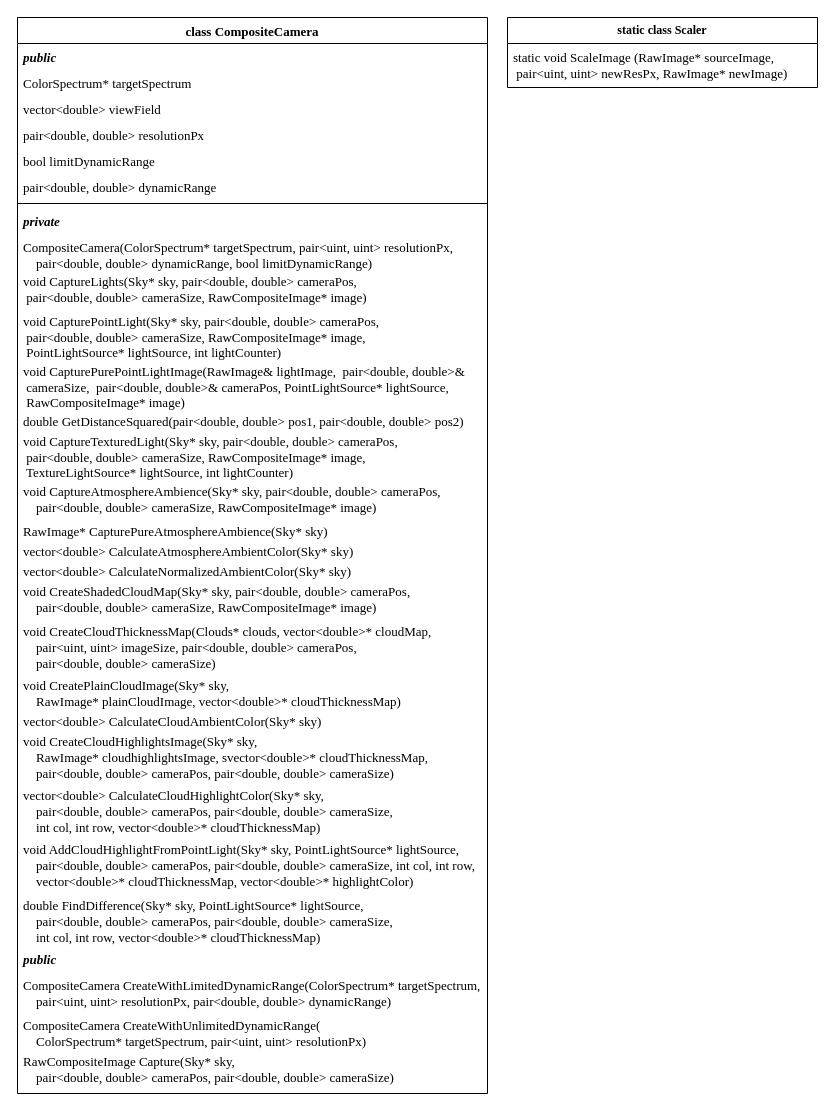
Above: page "CompositeCamera" (5 of 9) of Docs/Class diagrams.drawio in SpatiumOwl/ComplexSky-2.0 (draw.io), before the change. Source tidied: cells renumbered, new cells numbered last; positions are measured from the earlier drawing's top-left corner, leaving out a move shared by most shapes. Both pictures are drawn from the tidied source at 100%, with x=0, y=0 at pixel (17, 17).
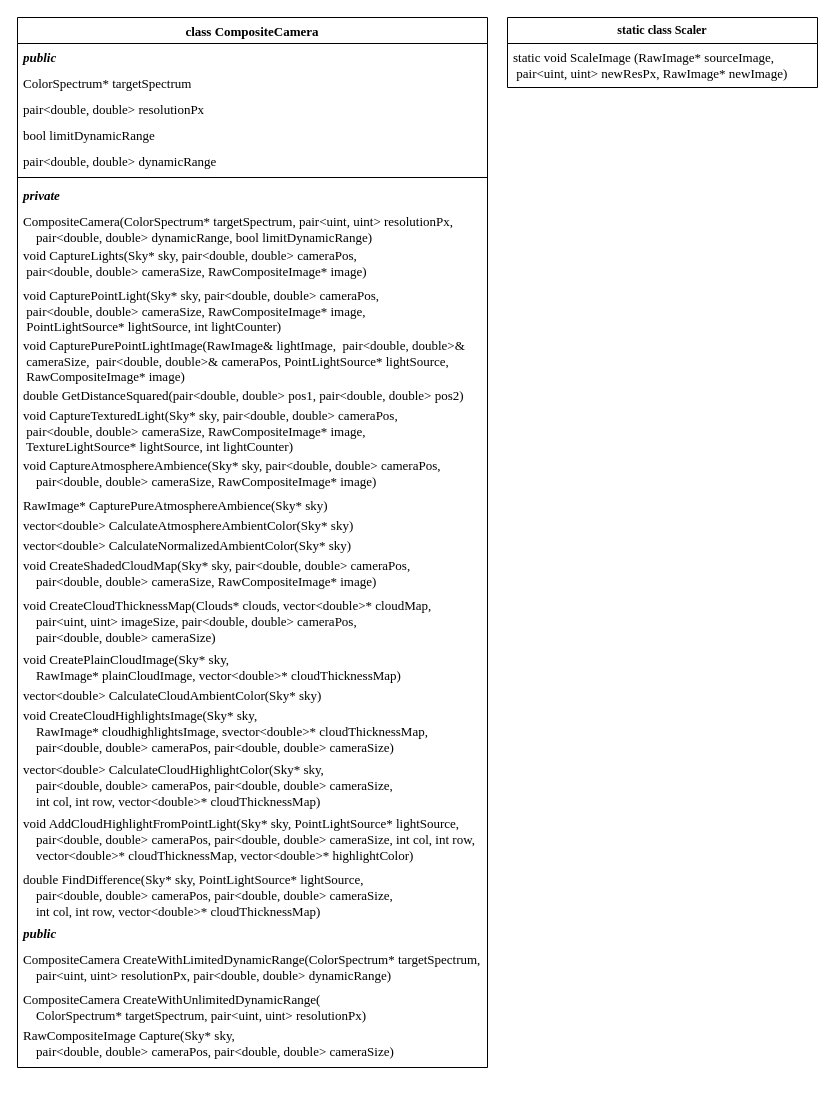
After the change.

Diff of the diagram source:
```diff
@@
     <mxCell id="2" value="class CompositeCamera" style="swimlane;fontStyle=1;align=center;verticalAlign=top;horizontal=1;startSize=26;fontFamily=Times New Roman;fontSize=13;" parent="1" vertex="1">
-      <mxGeometry width="470" height="1076" as="geometry" />
+      <mxGeometry width="470" height="1050" as="geometry" />
     </mxCell>
@@
-    <mxCell id="5" value="vector&amp;lt;double&amp;gt; viewField" style="text;strokeColor=none;fillColor=none;align=left;verticalAlign=top;spacingLeft=4;spacingRight=4;overflow=hidden;whiteSpace=wrap;html=1;fontFamily=Times New Roman;fontSize=13;" parent="2" vertex="1">
-      <mxGeometry y="78" width="470" height="26" as="geometry" />
-    </mxCell>
     <mxCell id="6" value="&lt;font face=&quot;Times New Roman&quot; style=&quot;font-size: 13px;&quot;&gt;pair&amp;lt;double, double&amp;gt;&amp;nbsp;resolutionPx&lt;/font&gt;" style="text;strokeColor=none;fillColor=none;align=left;verticalAlign=top;spacingLeft=4;spacingRight=4;overflow=hidden;whiteSpace=wrap;html=1;fontSize=13;" parent="2" vertex="1">
-      <mxGeometry y="104" width="470" height="26" as="geometry" />
+      <mxGeometry y="78" width="470" height="26" as="geometry" />
     </mxCell>
     <mxCell id="7" value="bool limitDynamicRange" style="text;strokeColor=none;fillColor=none;align=left;verticalAlign=top;spacingLeft=4;spacingRight=4;overflow=hidden;whiteSpace=wrap;html=1;fontFamily=Times New Roman;fontSize=13;" parent="2" vertex="1">
-      <mxGeometry y="130" width="470" height="26" as="geometry" />
+      <mxGeometry y="104" width="470" height="26" as="geometry" />
     </mxCell>
     <mxCell id="8" value="pair&amp;lt;double, double&amp;gt;&amp;nbsp;dynamicRange" style="text;strokeColor=none;fillColor=none;align=left;verticalAlign=top;spacingLeft=4;spacingRight=4;overflow=hidden;whiteSpace=wrap;html=1;fontFamily=Times New Roman;fontSize=13;" parent="2" vertex="1">
-      <mxGeometry y="156" width="470" height="26" as="geometry" />
+      <mxGeometry y="130" width="470" height="26" as="geometry" />
     </mxCell>
     <mxCell id="9" style="line;strokeWidth=1;fillColor=none;align=left;verticalAlign=middle;spacingTop=-1;spacingLeft=3;spacingRight=3;labelPosition=right;fontFamily=Times New Roman;fontSize=13;" parent="2" vertex="1">
-      <mxGeometry y="182" width="470" height="8" as="geometry" />
+      <mxGeometry y="156" width="470" height="8" as="geometry" />
     </mxCell>
     <mxCell id="10" value="private" style="text;strokeColor=none;fillColor=none;align=left;verticalAlign=top;spacingLeft=4;spacingRight=4;overflow=hidden;fontStyle=3;fontFamily=Times New Roman;fontSize=13;" parent="2" vertex="1">
-      <mxGeometry y="190" width="470" height="26" as="geometry" />
+      <mxGeometry y="164" width="470" height="26" as="geometry" />
     </mxCell>
     <mxCell id="11" value="CompositeCamera(ColorSpectrum* targetSpectrum, pair&lt;uint, uint&gt; resolutionPx, &#10;    pair&lt;double, double&gt; dynamicRange, bool limitDynamicRange)" style="text;strokeColor=none;fillColor=none;align=left;verticalAlign=top;spacingLeft=4;spacingRight=4;overflow=hidden;fontFamily=Times New Roman;fontSize=13;" parent="2" vertex="1">
-      <mxGeometry y="216" width="470" height="34" as="geometry" />
+      <mxGeometry y="190" width="470" height="34" as="geometry" />
     </mxCell>
     <mxCell id="12" value="&lt;div&gt;void CaptureLights(Sky* sky, pair&amp;lt;double, double&amp;gt; cameraPos,&lt;/div&gt;&lt;div&gt;&lt;span style=&quot;white-space: pre;&quot;&gt; &lt;/span&gt;pair&amp;lt;double, double&amp;gt; cameraSize, RawCompositeImage* image)&lt;/div&gt;" style="text;strokeColor=none;fillColor=none;align=left;verticalAlign=top;spacingLeft=4;spacingRight=4;overflow=hidden;whiteSpace=wrap;html=1;fontFamily=Times New Roman;fontSize=13;" parent="2" vertex="1">
-      <mxGeometry y="250" width="470" height="40" as="geometry" />
+      <mxGeometry y="224" width="470" height="40" as="geometry" />
     </mxCell>
     <mxCell id="13" value="&lt;div&gt;void CapturePointLight(Sky* sky, pair&amp;lt;double, double&amp;gt; cameraPos,&lt;/div&gt;&lt;div&gt;&lt;span style=&quot;white-space: pre;&quot;&gt; &lt;/span&gt;pair&amp;lt;double, double&amp;gt; cameraSize, RawCompositeImage* image,&amp;nbsp;&lt;/div&gt;&lt;div&gt;&lt;span style=&quot;white-space: pre;&quot;&gt; &lt;/span&gt;PointLightSource* lightSource, int lightCounter)&lt;/div&gt;" style="text;strokeColor=none;fillColor=none;align=left;verticalAlign=top;spacingLeft=4;spacingRight=4;overflow=hidden;whiteSpace=wrap;html=1;fontFamily=Times New Roman;fontSize=13;" parent="2" vertex="1">
-      <mxGeometry y="290" width="470" height="50" as="geometry" />
+      <mxGeometry y="264" width="470" height="50" as="geometry" />
     </mxCell>
     <mxCell id="14" value="&lt;div&gt;void CapturePurePointLightImage(RawImage&amp;amp; lightImage,&amp;nbsp; &lt;span style=&quot;background-color: initial;&quot;&gt;pair&amp;lt;double, double&amp;gt;&amp;amp; &lt;span style=&quot;white-space: pre;&quot;&gt; &lt;/span&gt;cameraSize,&amp;nbsp;&amp;nbsp;&lt;/span&gt;&lt;span style=&quot;background-color: initial;&quot;&gt;pair&amp;lt;double, double&amp;gt;&amp;amp; cameraPos,&amp;nbsp;&lt;/span&gt;&lt;span style=&quot;background-color: initial;&quot;&gt;PointLightSource* lightSource, &lt;span style=&quot;white-space: pre;&quot;&gt; &lt;/span&gt;RawCompositeImage* image)&lt;/span&gt;&lt;/div&gt;" style="text;strokeColor=none;fillColor=none;align=left;verticalAlign=top;spacingLeft=4;spacingRight=4;overflow=hidden;whiteSpace=wrap;html=1;fontFamily=Times New Roman;fontSize=13;" parent="2" vertex="1">
-      <mxGeometry y="340" width="470" height="50" as="geometry" />
+      <mxGeometry y="314" width="470" height="50" as="geometry" />
     </mxCell>
     <mxCell id="15" value="double GetDistanceSquared(pair&lt;double, double&gt; pos1, pair&lt;double, double&gt; pos2)" style="text;strokeColor=none;fillColor=none;align=left;verticalAlign=top;spacingLeft=4;spacingRight=4;overflow=hidden;fontFamily=Times New Roman;fontSize=13;" parent="2" vertex="1">
-      <mxGeometry y="390" width="470" height="20" as="geometry" />
+      <mxGeometry y="364" width="470" height="20" as="geometry" />
     </mxCell>
     <mxCell id="16" value="&lt;div style=&quot;border-color: var(--border-color);&quot;&gt;void CaptureTexturedLight(Sky* sky, pair&amp;lt;double, double&amp;gt; cameraPos,&lt;/div&gt;&lt;div style=&quot;border-color: var(--border-color);&quot;&gt;&lt;span style=&quot;white-space: pre;&quot;&gt; &lt;/span&gt;pair&amp;lt;double, double&amp;gt; cameraSize, RawCompositeImage* image,&amp;nbsp;&lt;/div&gt;&lt;div style=&quot;border-color: var(--border-color);&quot;&gt;&lt;span style=&quot;white-space: pre;&quot;&gt; &lt;/span&gt;TextureLightSource* lightSource, int lightCounter)&lt;/div&gt;" style="text;strokeColor=none;fillColor=none;align=left;verticalAlign=top;spacingLeft=4;spacingRight=4;overflow=hidden;whiteSpace=wrap;html=1;fontFamily=Times New Roman;fontSize=13;" parent="2" vertex="1">
-      <mxGeometry y="410" width="470" height="50" as="geometry" />
+      <mxGeometry y="384" width="470" height="50" as="geometry" />
     </mxCell>
     <mxCell id="17" value="void CaptureAtmosphereAmbience(Sky* sky, pair&lt;double, double&gt; cameraPos, &#10;    pair&lt;double, double&gt; cameraSize, RawCompositeImage* image)" style="text;strokeColor=none;fillColor=none;align=left;verticalAlign=top;spacingLeft=4;spacingRight=4;overflow=hidden;fontFamily=Times New Roman;fontSize=13;" parent="2" vertex="1">
-      <mxGeometry y="460" width="470" height="40" as="geometry" />
+      <mxGeometry y="434" width="470" height="40" as="geometry" />
     </mxCell>
     <mxCell id="18" value="RawImage* CapturePureAtmosphereAmbience(Sky* sky)" style="text;strokeColor=none;fillColor=none;align=left;verticalAlign=top;spacingLeft=4;spacingRight=4;overflow=hidden;fontFamily=Times New Roman;fontSize=13;" parent="2" vertex="1">
-      <mxGeometry y="500" width="470" height="20" as="geometry" />
+      <mxGeometry y="474" width="470" height="20" as="geometry" />
     </mxCell>
     <mxCell id="19" value="vector&lt;double&gt; CalculateAtmosphereAmbientColor(Sky* sky)" style="text;strokeColor=none;fillColor=none;align=left;verticalAlign=top;spacingLeft=4;spacingRight=4;overflow=hidden;fontFamily=Times New Roman;fontSize=13;" parent="2" vertex="1">
-      <mxGeometry y="520" width="470" height="20" as="geometry" />
+      <mxGeometry y="494" width="470" height="20" as="geometry" />
     </mxCell>
     <mxCell id="20" value="vector&lt;double&gt; CalculateNormalizedAmbientColor(Sky* sky)" style="text;strokeColor=none;fillColor=none;align=left;verticalAlign=top;spacingLeft=4;spacingRight=4;overflow=hidden;fontFamily=Times New Roman;fontSize=13;" parent="2" vertex="1">
-      <mxGeometry y="540" width="470" height="20" as="geometry" />
+      <mxGeometry y="514" width="470" height="20" as="geometry" />
     </mxCell>
     <mxCell id="21" value="void CreateShadedCloudMap(Sky* sky, pair&lt;double, double&gt; cameraPos,&#10;    pair&lt;double, double&gt; cameraSize, RawCompositeImage* image)" style="text;strokeColor=none;fillColor=none;align=left;verticalAlign=top;spacingLeft=4;spacingRight=4;overflow=hidden;fontFamily=Times New Roman;fontSize=13;" parent="2" vertex="1">
-      <mxGeometry y="560" width="470" height="40" as="geometry" />
+      <mxGeometry y="534" width="470" height="40" as="geometry" />
     </mxCell>
     <mxCell id="22" value="void CreateCloudThicknessMap(Clouds* clouds, vector&lt;double&gt;* cloudMap, &#10;    pair&lt;uint, uint&gt; imageSize, pair&lt;double, double&gt; cameraPos, &#10;    pair&lt;double, double&gt; cameraSize)" style="text;strokeColor=none;fillColor=none;align=left;verticalAlign=top;spacingLeft=4;spacingRight=4;overflow=hidden;fontFamily=Times New Roman;fontSize=13;" parent="2" vertex="1">
-      <mxGeometry y="600" width="470" height="54" as="geometry" />
+      <mxGeometry y="574" width="470" height="54" as="geometry" />
     </mxCell>
     <mxCell id="23" value="void CreatePlainCloudImage(Sky* sky, &#10;    RawImage* plainCloudImage, vector&lt;double&gt;* cloudThicknessMap)" style="text;strokeColor=none;fillColor=none;align=left;verticalAlign=top;spacingLeft=4;spacingRight=4;overflow=hidden;fontFamily=Times New Roman;fontSize=13;" parent="2" vertex="1">
-      <mxGeometry y="654" width="470" height="36" as="geometry" />
+      <mxGeometry y="628" width="470" height="36" as="geometry" />
     </mxCell>
     <mxCell id="24" value="vector&lt;double&gt; CalculateCloudAmbientColor(Sky* sky)" style="text;strokeColor=none;fillColor=none;align=left;verticalAlign=top;spacingLeft=4;spacingRight=4;overflow=hidden;fontFamily=Times New Roman;fontSize=13;" parent="2" vertex="1">
-      <mxGeometry y="690" width="470" height="20" as="geometry" />
+      <mxGeometry y="664" width="470" height="20" as="geometry" />
     </mxCell>
     <mxCell id="25" value="void CreateCloudHighlightsImage(Sky* sky,&#10;    RawImage* cloudhighlightsImage, svector&lt;double&gt;* cloudThicknessMap,&#10;    pair&lt;double, double&gt; cameraPos, pair&lt;double, double&gt; cameraSize)" style="text;strokeColor=none;fillColor=none;align=left;verticalAlign=top;spacingLeft=4;spacingRight=4;overflow=hidden;fontFamily=Times New Roman;fontSize=13;" parent="2" vertex="1">
-      <mxGeometry y="710" width="470" height="54" as="geometry" />
+      <mxGeometry y="684" width="470" height="54" as="geometry" />
     </mxCell>
     <mxCell id="26" value="vector&lt;double&gt; CalculateCloudHighlightColor(Sky* sky,&#10;    pair&lt;double, double&gt; cameraPos, pair&lt;double, double&gt; cameraSize,&#10;        int col, int row, vector&lt;double&gt;* cloudThicknessMap)" style="text;strokeColor=none;fillColor=none;align=left;verticalAlign=top;spacingLeft=4;spacingRight=4;overflow=hidden;fontFamily=Times New Roman;fontSize=13;" parent="2" vertex="1">
-      <mxGeometry y="764" width="470" height="54" as="geometry" />
+      <mxGeometry y="738" width="470" height="54" as="geometry" />
     </mxCell>
     <mxCell id="27" value="void AddCloudHighlightFromPointLight(Sky* sky, PointLightSource* lightSource, &#10;    pair&lt;double, double&gt; cameraPos, pair&lt;double, double&gt; cameraSize, int col, int row, &#10;    vector&lt;double&gt;* cloudThicknessMap, vector&lt;double&gt;* highlightColor)" style="text;strokeColor=none;fillColor=none;align=left;verticalAlign=top;spacingLeft=4;spacingRight=4;overflow=hidden;fontFamily=Times New Roman;fontSize=13;" parent="2" vertex="1">
-      <mxGeometry y="818" width="470" height="56" as="geometry" />
+      <mxGeometry y="792" width="470" height="56" as="geometry" />
     </mxCell>
     <mxCell id="28" value="double FindDifference(Sky* sky, PointLightSource* lightSource,&#10;    pair&lt;double, double&gt; cameraPos, pair&lt;double, double&gt; cameraSize,&#10;        int col, int row, vector&lt;double&gt;* cloudThicknessMap)" style="text;strokeColor=none;fillColor=none;align=left;verticalAlign=top;spacingLeft=4;spacingRight=4;overflow=hidden;fontFamily=Times New Roman;fontSize=13;" parent="2" vertex="1">
-      <mxGeometry y="874" width="470" height="54" as="geometry" />
+      <mxGeometry y="848" width="470" height="54" as="geometry" />
     </mxCell>
     <mxCell id="29" value="public" style="text;strokeColor=none;fillColor=none;align=left;verticalAlign=top;spacingLeft=4;spacingRight=4;overflow=hidden;fontStyle=3;fontFamily=Times New Roman;fontSize=13;" parent="2" vertex="1">
-      <mxGeometry y="928" width="470" height="26" as="geometry" />
+      <mxGeometry y="902" width="470" height="26" as="geometry" />
     </mxCell>
     <mxCell id="30" value="CompositeCamera CreateWithLimitedDynamicRange(ColorSpectrum* targetSpectrum, &#10;    pair&lt;uint, uint&gt; resolutionPx, pair&lt;double, double&gt; dynamicRange)" style="text;strokeColor=none;fillColor=none;align=left;verticalAlign=top;spacingLeft=4;spacingRight=4;overflow=hidden;fontFamily=Times New Roman;fontSize=13;" parent="2" vertex="1">
-      <mxGeometry y="954" width="470" height="40" as="geometry" />
+      <mxGeometry y="928" width="470" height="40" as="geometry" />
     </mxCell>
     <mxCell id="31" value="CompositeCamera CreateWithUnlimitedDynamicRange(&#10;    ColorSpectrum* targetSpectrum, pair&lt;uint, uint&gt; resolutionPx)" style="text;strokeColor=none;fillColor=none;align=left;verticalAlign=top;spacingLeft=4;spacingRight=4;overflow=hidden;fontFamily=Times New Roman;fontSize=13;" parent="2" vertex="1">
-      <mxGeometry y="994" width="470" height="36" as="geometry" />
+      <mxGeometry y="968" width="470" height="36" as="geometry" />
     </mxCell>
     <mxCell id="32" value="RawCompositeImage Capture(Sky* sky,&#10;    pair&lt;double, double&gt; cameraPos, pair&lt;double, double&gt; cameraSize)" style="text;strokeColor=none;fillColor=none;align=left;verticalAlign=top;spacingLeft=4;spacingRight=4;overflow=hidden;fontFamily=Times New Roman;fontSize=13;" parent="2" vertex="1">
-      <mxGeometry y="1030" width="470" height="46" as="geometry" />
+      <mxGeometry y="1004" width="470" height="46" as="geometry" />
     </mxCell>
```
